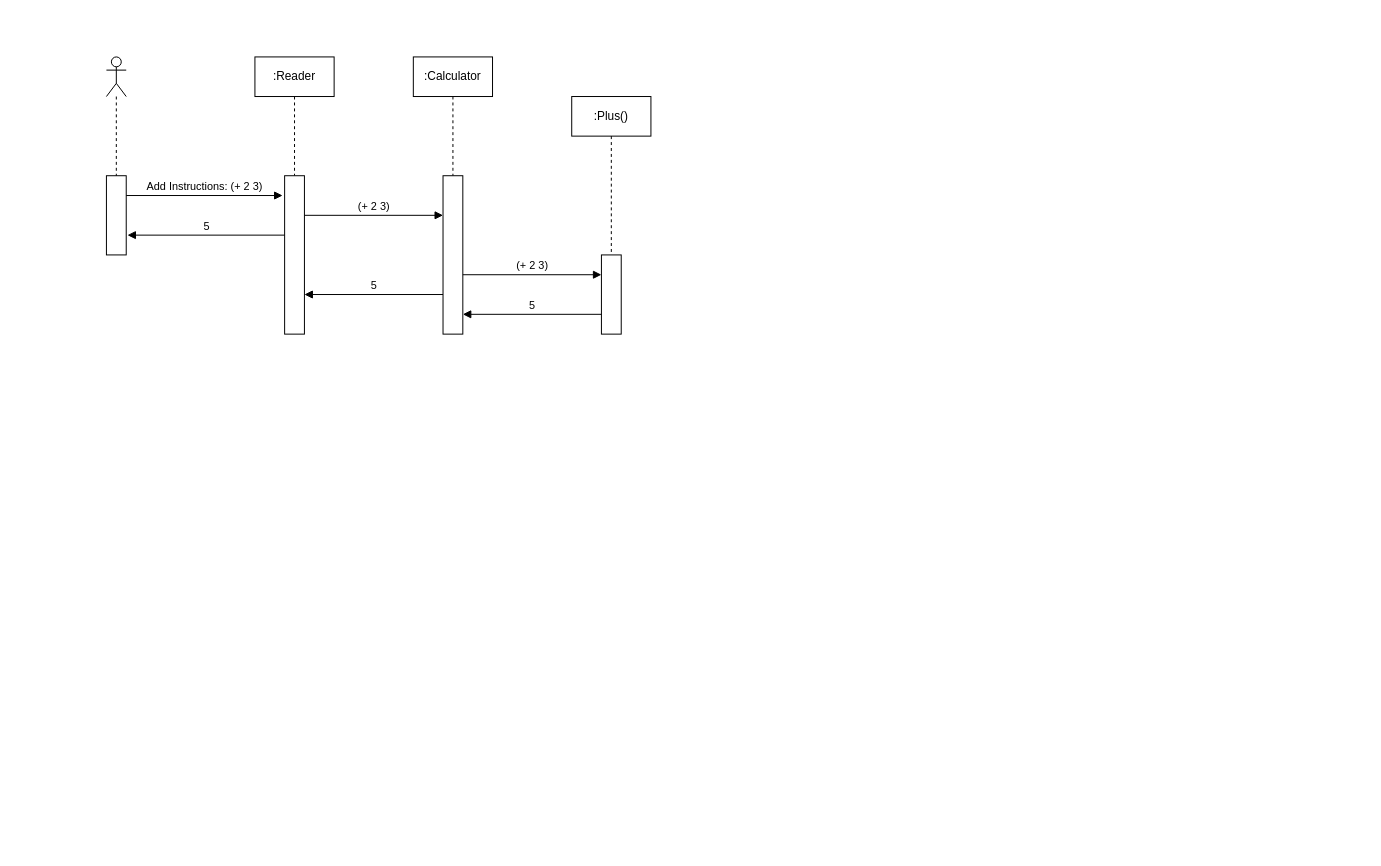
Before: Proyecto1/Fases/Fase2/Sequence Diagrams.drawio in DiggsPapu/Proyect1_Lisp_Interpreter, a draw.io diagram. Source tidied: cells renumbered, new cells numbered last; positions are measured from the earlier drawing's top-left corner, leaving out a move shared by most shapes. Both pictures are drawn from the tidied source at 99%, with x=0, y=0 at pixel (106, 56).
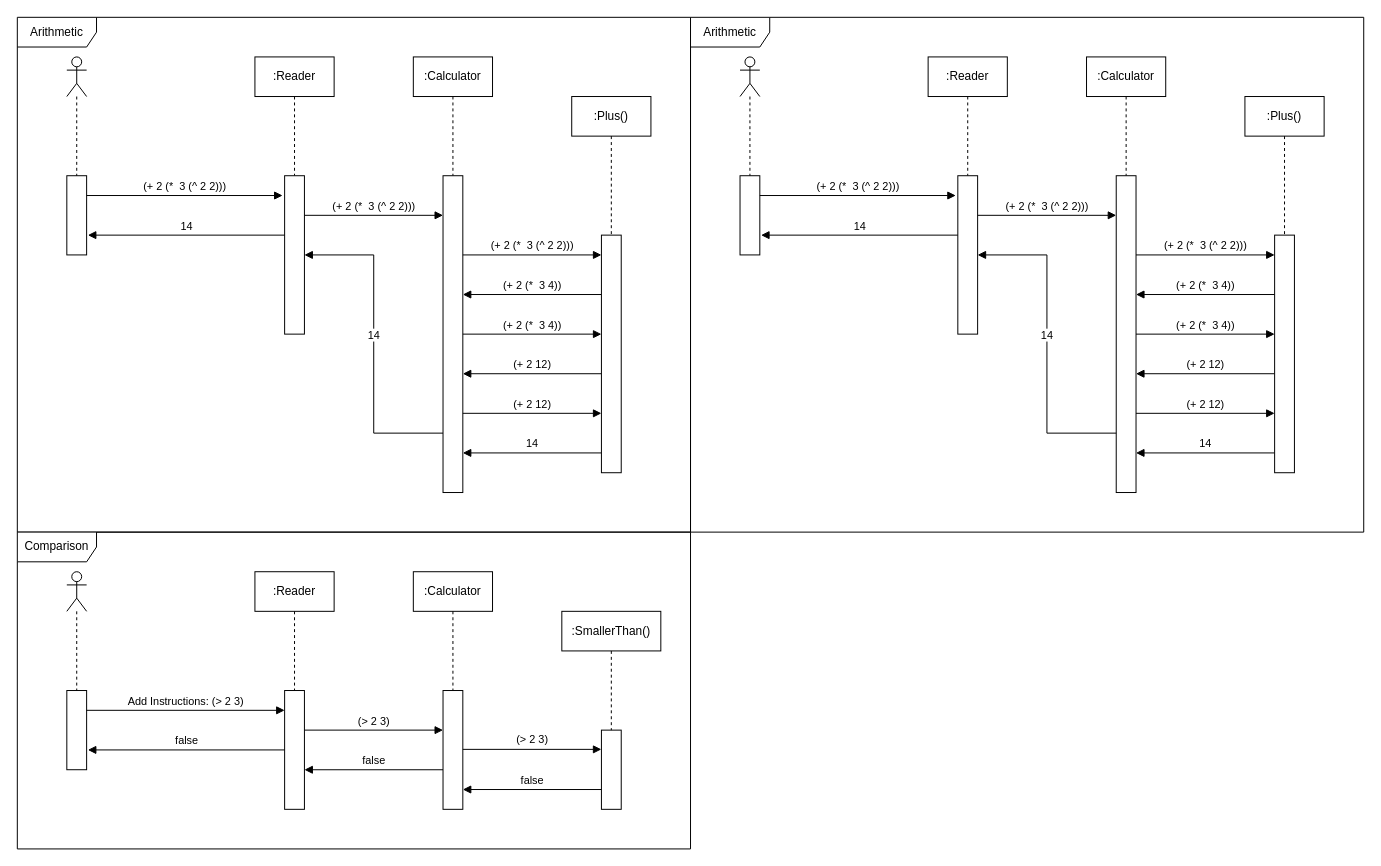
The same page after the edit.

The change refers to these unchanged cells:
```xml
<mxCell id="5" style="html=1;points=[];perimeter=orthogonalPerimeter;" parent="1" vertex="1">
  <mxGeometry x="180" y="120" width="20" height="160" as="geometry" />
</mxCell>
```

The edit, as a diff of the source:
```diff
@@
     <mxCell id="2" style="html=1;points=[];perimeter=orthogonalPerimeter;" parent="1" vertex="1">
-      <mxGeometry y="120" width="20" height="80" as="geometry" />
+      <mxGeometry x="-40" y="120" width="20" height="80" as="geometry" />
     </mxCell>
@@
     <mxCell id="4" style="shape=umlLifeline;participant=umlActor;perimeter=lifelinePerimeter;whiteSpace=wrap;html=1;verticalAlign=top;spacingTop=36;" parent="1" vertex="1">
-      <mxGeometry width="20" height="120" as="geometry" />
+      <mxGeometry x="-40" width="20" height="120" as="geometry" />
     </mxCell>
@@
     <mxCell id="7" style="html=1;points=[];perimeter=orthogonalPerimeter;" parent="1" vertex="1">
-      <mxGeometry x="340" y="120" width="20" height="160" as="geometry" />
+      <mxGeometry x="340" y="120" width="20" height="320" as="geometry" />
     </mxCell>
     <mxCell id="8" value=":Plus()" style="shape=umlLifeline;perimeter=lifelinePerimeter;whiteSpace=wrap;html=1;" parent="1" vertex="1">
-      <mxGeometry x="470" y="40" width="80" height="160" as="geometry" />
+      <mxGeometry x="470" y="40" width="80" height="380" as="geometry" />
     </mxCell>
+    <mxCell id="11" value="(+ 2 (*&amp;nbsp; 3 (^ 2 2)))" style="html=1;verticalAlign=bottom;endArrow=block;rounded=0;" parent="8" edge="1">
+      <mxGeometry relative="1" as="geometry">
+        <mxPoint x="-110" y="160" as="sourcePoint" />
+        <mxPoint x="30" y="160" as="targetPoint" />
+      </mxGeometry>
+    </mxCell>
+    <mxCell id="12" value="(+ 2 (*&amp;nbsp; 3 4))" style="html=1;verticalAlign=bottom;endArrow=block;rounded=0;" parent="8" edge="1">
+      <mxGeometry relative="1" as="geometry">
+        <mxPoint x="30" y="200" as="sourcePoint" />
+        <mxPoint x="-110" y="200" as="targetPoint" />
+      </mxGeometry>
+    </mxCell>
+    <mxCell id="16" value="(+ 2 12)" style="html=1;verticalAlign=bottom;endArrow=block;rounded=0;" parent="8" edge="1">
+      <mxGeometry relative="1" as="geometry">
+        <mxPoint x="30" y="280" as="sourcePoint" />
+        <mxPoint x="-110" y="280" as="targetPoint" />
+      </mxGeometry>
+    </mxCell>
+    <mxCell id="17" value="(+ 2 (*&amp;nbsp; 3 4))" style="html=1;verticalAlign=bottom;endArrow=block;rounded=0;" parent="8" edge="1">
+      <mxGeometry relative="1" as="geometry">
+        <mxPoint x="-110" y="240" as="sourcePoint" />
+        <mxPoint x="30" y="240" as="targetPoint" />
+      </mxGeometry>
+    </mxCell>
+    <mxCell id="18" value="14" style="html=1;verticalAlign=bottom;endArrow=block;rounded=0;" parent="8" edge="1">
+      <mxGeometry relative="1" as="geometry">
+        <mxPoint x="30" y="360" as="sourcePoint" />
+        <mxPoint x="-110" y="360" as="targetPoint" />
+      </mxGeometry>
+    </mxCell>
+    <mxCell id="19" value="(+ 2 12)" style="html=1;verticalAlign=bottom;endArrow=block;rounded=0;" parent="8" edge="1">
+      <mxGeometry relative="1" as="geometry">
+        <mxPoint x="-110" y="320" as="sourcePoint" />
+        <mxPoint x="30" y="320" as="targetPoint" />
+      </mxGeometry>
+    </mxCell>
-    <mxCell id="9" style="html=1;perimeter=orthogonalPerimeter;" parent="1" vertex="1">
-      <mxGeometry x="500" y="200" width="20" height="80" as="geometry" />
+    <mxCell id="9" style="html=1;perimeter=orthogonalPerimeter;" parent="8" vertex="1">
+      <mxGeometry x="30" y="140" width="20" height="240" as="geometry" />
     </mxCell>
-    <mxCell id="10" value="(+ 2 3)" style="html=1;verticalAlign=bottom;endArrow=block;rounded=0;" parent="1" edge="1" target="7">
+    <mxCell id="10" value="(+ 2 (*&amp;nbsp; 3 (^ 2 2)))" style="html=1;verticalAlign=bottom;endArrow=block;rounded=0;" parent="1" edge="1" target="7">
       <mxGeometry relative="1" as="geometry">
         <mxPoint x="200" y="160" as="sourcePoint" />
       </mxGeometry>
     </mxCell>
-    <mxCell id="11" value="(+ 2 3)" style="html=1;verticalAlign=bottom;endArrow=block;rounded=0;" parent="1" edge="1">
-      <mxGeometry relative="1" as="geometry">
-        <mxPoint x="360" y="220" as="sourcePoint" />
-        <mxPoint x="500" y="220" as="targetPoint" />
-      </mxGeometry>
-    </mxCell>
-    <mxCell id="12" value="5" style="html=1;verticalAlign=bottom;endArrow=block;rounded=0;" parent="1" edge="1" target="7">
-      <mxGeometry relative="1" as="geometry">
-        <mxPoint x="500" y="260" as="sourcePoint" />
-      </mxGeometry>
-    </mxCell>
-    <mxCell id="13" value="5" style="html=1;verticalAlign=bottom;endArrow=block;rounded=0;" parent="1" edge="1">
+    <mxCell id="13" value="14" style="html=1;verticalAlign=bottom;endArrow=block;rounded=0;" parent="1" edge="1" source="7" target="5">
       <mxGeometry relative="1" as="geometry">
-        <mxPoint x="340" y="240" as="sourcePoint" />
-        <mxPoint x="200" y="240" as="targetPoint" />
+        <Array as="points">
+          <mxPoint x="270" y="380" />
+          <mxPoint x="270" y="200" />
+        </Array>
       </mxGeometry>
     </mxCell>
-    <mxCell id="14" value="5" style="html=1;verticalAlign=bottom;endArrow=block;rounded=0;entryX=1.063;entryY=0.75;entryDx=0;entryDy=0;entryPerimeter=0;" parent="1" edge="1" target="2">
-      <mxGeometry relative="1" as="geometry">
-        <mxPoint x="180" y="180" as="sourcePoint" />
-      </mxGeometry>
+    <mxCell id="14" value="14" style="html=1;verticalAlign=bottom;endArrow=block;rounded=0;entryX=1.063;entryY=0.75;entryDx=0;entryDy=0;entryPerimeter=0;" parent="1" edge="1" source="5" target="2">
+      <mxGeometry relative="1" as="geometry" />
     </mxCell>
+    <mxCell id="20" value="Arithmetic" style="shape=umlFrame;whiteSpace=wrap;html=1;width=80;height=30;" parent="1" vertex="1">
+      <mxGeometry x="-90" y="-40" width="680" height="520" as="geometry" />
+    </mxCell>
-    <mxCell id="15" value="Add Instructions: (+ 2 3)" style="html=1;verticalAlign=bottom;endArrow=block;rounded=0;entryX=-0.104;entryY=0.125;entryDx=0;entryDy=0;entryPerimeter=0;" parent="1" edge="1" source="2" target="5">
+    <mxCell id="15" value="(+ 2 (*&amp;nbsp; 3 (^ 2 2)))" style="html=1;verticalAlign=bottom;endArrow=block;rounded=0;entryX=-0.104;entryY=0.125;entryDx=0;entryDy=0;entryPerimeter=0;" parent="1" edge="1" source="2" target="5">
       <mxGeometry relative="1" as="geometry" />
     </mxCell>
+    <mxCell id="21" style="html=1;points=[];perimeter=orthogonalPerimeter;" parent="1" vertex="1">
+      <mxGeometry x="-40" y="640" width="20" height="80" as="geometry" />
+    </mxCell>
+    <mxCell id="22" value=":Reader" style="shape=umlLifeline;perimeter=lifelinePerimeter;whiteSpace=wrap;html=1;" parent="1" vertex="1">
+      <mxGeometry x="150" y="520" width="80" height="120" as="geometry" />
+    </mxCell>
+    <mxCell id="23" style="shape=umlLifeline;participant=umlActor;perimeter=lifelinePerimeter;whiteSpace=wrap;html=1;verticalAlign=top;spacingTop=36;" parent="1" vertex="1">
+      <mxGeometry x="-40" y="520" width="20" height="120" as="geometry" />
+    </mxCell>
+    <mxCell id="24" style="html=1;points=[];perimeter=orthogonalPerimeter;" parent="1" vertex="1">
+      <mxGeometry x="180" y="640" width="20" height="120" as="geometry" />
+    </mxCell>
+    <mxCell id="25" value=":Calculator" style="shape=umlLifeline;perimeter=lifelinePerimeter;whiteSpace=wrap;html=1;" parent="1" vertex="1">
+      <mxGeometry x="310" y="520" width="80" height="120" as="geometry" />
+    </mxCell>
+    <mxCell id="26" style="html=1;points=[];perimeter=orthogonalPerimeter;" parent="1" vertex="1">
+      <mxGeometry x="340" y="640" width="20" height="120" as="geometry" />
+    </mxCell>
+    <mxCell id="27" value=":SmallerThan()" style="shape=umlLifeline;perimeter=lifelinePerimeter;whiteSpace=wrap;html=1;" parent="1" vertex="1">
+      <mxGeometry x="460" y="560" width="100" height="160" as="geometry" />
+    </mxCell>
+    <mxCell id="28" style="html=1;points=[];perimeter=orthogonalPerimeter;" parent="1" vertex="1">
+      <mxGeometry x="500" y="680" width="20" height="80" as="geometry" />
+    </mxCell>
+    <mxCell id="29" value="(&amp;gt; 2 3)" style="html=1;verticalAlign=bottom;endArrow=block;rounded=0;" parent="1" edge="1" target="26">
+      <mxGeometry relative="1" as="geometry">
+        <mxPoint x="200" y="680" as="sourcePoint" />
+      </mxGeometry>
+    </mxCell>
+    <mxCell id="30" value="(&amp;gt; 2 3)" style="html=1;verticalAlign=bottom;endArrow=block;rounded=0;entryX=-0.002;entryY=0.243;entryDx=0;entryDy=0;entryPerimeter=0;" parent="1" edge="1" source="26" target="28">
+      <mxGeometry relative="1" as="geometry" />
+    </mxCell>
+    <mxCell id="31" value="false" style="html=1;verticalAlign=bottom;endArrow=block;rounded=0;exitX=0;exitY=0.75;exitDx=0;exitDy=0;exitPerimeter=0;" parent="1" edge="1" source="28" target="26">
+      <mxGeometry relative="1" as="geometry" />
+    </mxCell>
+    <mxCell id="32" value="false" style="html=1;verticalAlign=bottom;endArrow=block;rounded=0;exitX=0;exitY=0.667;exitDx=0;exitDy=0;exitPerimeter=0;" parent="1" edge="1" source="26" target="24">
+      <mxGeometry relative="1" as="geometry" />
+    </mxCell>
+    <mxCell id="33" value="Comparison" style="shape=umlFrame;whiteSpace=wrap;html=1;width=80;height=30;" parent="1" vertex="1">
+      <mxGeometry x="-90" y="480" width="680" height="320" as="geometry" />
+    </mxCell>
+    <mxCell id="34" value="false" style="html=1;verticalAlign=bottom;endArrow=block;rounded=0;entryX=1.063;entryY=0.75;entryDx=0;entryDy=0;entryPerimeter=0;" parent="1" edge="1" source="24" target="21">
+      <mxGeometry relative="1" as="geometry" />
+    </mxCell>
+    <mxCell id="35" value="Add Instructions: (&amp;gt; 2 3)" style="html=1;verticalAlign=bottom;endArrow=block;rounded=0;exitX=0.99;exitY=0.25;exitDx=0;exitDy=0;exitPerimeter=0;" parent="1" edge="1" source="21" target="24">
+      <mxGeometry relative="1" as="geometry" />
+    </mxCell>
+    <mxCell id="36" style="html=1;points=[];perimeter=orthogonalPerimeter;" parent="1" vertex="1">
+      <mxGeometry x="640" y="120" width="20" height="80" as="geometry" />
+    </mxCell>
+    <mxCell id="37" value=":Reader" style="shape=umlLifeline;perimeter=lifelinePerimeter;whiteSpace=wrap;html=1;" parent="1" vertex="1">
+      <mxGeometry x="830" width="80" height="120" as="geometry" />
+    </mxCell>
+    <mxCell id="38" style="shape=umlLifeline;participant=umlActor;perimeter=lifelinePerimeter;whiteSpace=wrap;html=1;verticalAlign=top;spacingTop=36;" parent="1" vertex="1">
+      <mxGeometry x="640" width="20" height="120" as="geometry" />
+    </mxCell>
+    <mxCell id="39" style="html=1;points=[];perimeter=orthogonalPerimeter;" parent="1" vertex="1">
+      <mxGeometry x="860" y="120" width="20" height="160" as="geometry" />
+    </mxCell>
+    <mxCell id="40" value=":Calculator" style="shape=umlLifeline;perimeter=lifelinePerimeter;whiteSpace=wrap;html=1;" parent="1" vertex="1">
+      <mxGeometry x="990" width="80" height="120" as="geometry" />
+    </mxCell>
+    <mxCell id="41" style="html=1;points=[];perimeter=orthogonalPerimeter;" parent="1" vertex="1">
+      <mxGeometry x="1020" y="120" width="20" height="320" as="geometry" />
+    </mxCell>
+    <mxCell id="42" value=":Plus()" style="shape=umlLifeline;perimeter=lifelinePerimeter;whiteSpace=wrap;html=1;" parent="1" vertex="1">
+      <mxGeometry x="1150" y="40" width="80" height="380" as="geometry" />
+    </mxCell>
+    <mxCell id="43" value="(+ 2 (*&amp;nbsp; 3 (^ 2 2)))" style="html=1;verticalAlign=bottom;endArrow=block;rounded=0;" parent="42" edge="1">
+      <mxGeometry relative="1" as="geometry">
+        <mxPoint x="-110" y="160" as="sourcePoint" />
+        <mxPoint x="30" y="160" as="targetPoint" />
+      </mxGeometry>
+    </mxCell>
+    <mxCell id="44" value="(+ 2 (*&amp;nbsp; 3 4))" style="html=1;verticalAlign=bottom;endArrow=block;rounded=0;" parent="42" edge="1">
+      <mxGeometry relative="1" as="geometry">
+        <mxPoint x="30" y="200" as="sourcePoint" />
+        <mxPoint x="-110" y="200" as="targetPoint" />
+      </mxGeometry>
+    </mxCell>
+    <mxCell id="45" value="(+ 2 12)" style="html=1;verticalAlign=bottom;endArrow=block;rounded=0;" parent="42" edge="1">
+      <mxGeometry relative="1" as="geometry">
+        <mxPoint x="30" y="280" as="sourcePoint" />
+        <mxPoint x="-110" y="280" as="targetPoint" />
+      </mxGeometry>
+    </mxCell>
+    <mxCell id="46" value="(+ 2 (*&amp;nbsp; 3 4))" style="html=1;verticalAlign=bottom;endArrow=block;rounded=0;" parent="42" edge="1">
+      <mxGeometry relative="1" as="geometry">
+        <mxPoint x="-110" y="240" as="sourcePoint" />
+        <mxPoint x="30" y="240" as="targetPoint" />
+      </mxGeometry>
+    </mxCell>
+    <mxCell id="47" value="14" style="html=1;verticalAlign=bottom;endArrow=block;rounded=0;" parent="42" edge="1">
+      <mxGeometry relative="1" as="geometry">
+        <mxPoint x="30" y="360" as="sourcePoint" />
+        <mxPoint x="-110" y="360" as="targetPoint" />
+      </mxGeometry>
+    </mxCell>
+    <mxCell id="48" value="(+ 2 12)" style="html=1;verticalAlign=bottom;endArrow=block;rounded=0;" parent="42" edge="1">
+      <mxGeometry relative="1" as="geometry">
+        <mxPoint x="-110" y="320" as="sourcePoint" />
+        <mxPoint x="30" y="320" as="targetPoint" />
+      </mxGeometry>
+    </mxCell>
+    <mxCell id="49" style="html=1;perimeter=orthogonalPerimeter;" parent="42" vertex="1">
+      <mxGeometry x="30" y="140" width="20" height="240" as="geometry" />
+    </mxCell>
+    <mxCell id="50" value="(+ 2 (*&amp;nbsp; 3 (^ 2 2)))" style="html=1;verticalAlign=bottom;endArrow=block;rounded=0;" parent="1" edge="1" target="41">
+      <mxGeometry relative="1" as="geometry">
+        <mxPoint x="880" y="160" as="sourcePoint" />
+      </mxGeometry>
+    </mxCell>
+    <mxCell id="51" value="14" style="html=1;verticalAlign=bottom;endArrow=block;rounded=0;" parent="1" edge="1" source="41" target="39">
+      <mxGeometry relative="1" as="geometry">
+        <Array as="points">
+          <mxPoint x="950" y="380" />
+          <mxPoint x="950" y="200" />
+        </Array>
+      </mxGeometry>
+    </mxCell>
+    <mxCell id="52" value="14" style="html=1;verticalAlign=bottom;endArrow=block;rounded=0;entryX=1.063;entryY=0.75;entryDx=0;entryDy=0;entryPerimeter=0;" parent="1" edge="1" source="39" target="36">
+      <mxGeometry relative="1" as="geometry" />
+    </mxCell>
+    <mxCell id="53" value="Arithmetic" style="shape=umlFrame;whiteSpace=wrap;html=1;width=80;height=30;" parent="1" vertex="1">
+      <mxGeometry x="590" y="-40" width="680" height="520" as="geometry" />
+    </mxCell>
+    <mxCell id="54" value="(+ 2 (*&amp;nbsp; 3 (^ 2 2)))" style="html=1;verticalAlign=bottom;endArrow=block;rounded=0;entryX=-0.104;entryY=0.125;entryDx=0;entryDy=0;entryPerimeter=0;" parent="1" edge="1" source="36" target="39">
+      <mxGeometry relative="1" as="geometry" />
+    </mxCell>
```
